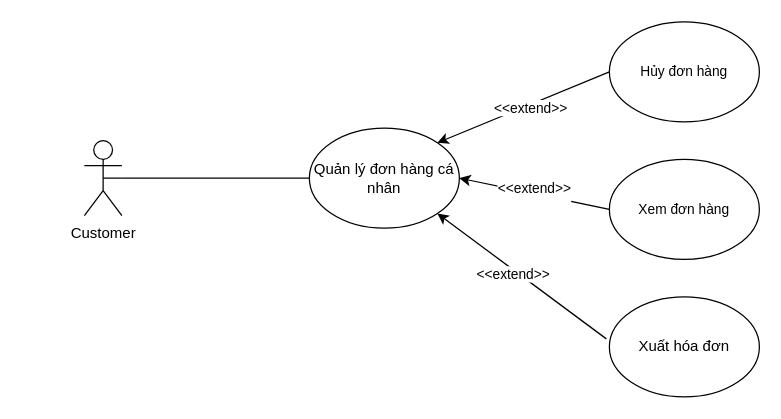
Before: page "Quản lý đơn hàng cá nhân" (10 of 18) of Usecase Diagram Bookstore.drawio in KaNguyen3005/Bookstore-System, a draw.io diagram. Source tidied: cells renumbered, new cells numbered last; positions are measured from the earlier drawing's top-left corner, leaving out a move shared by most shapes. Both pictures are drawn from the tidied source at 125%, with x=0, y=0 at pixel (21, 21).
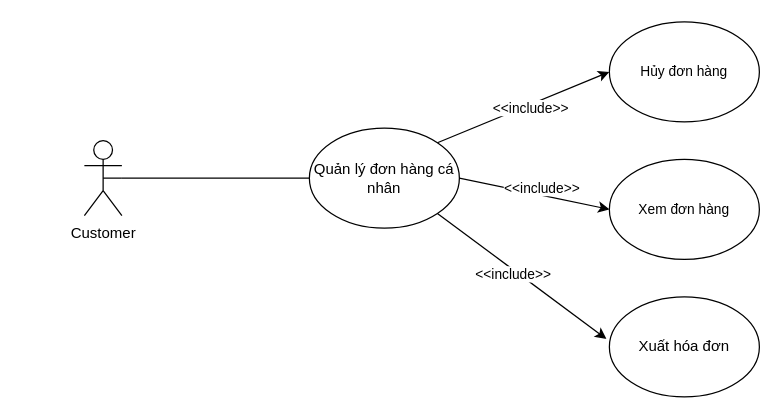
The same page after the edit.

The edit, as a diff of the source:
```diff
@@
 <mxGraphModel>
   <root>
     <mxCell id="0" />
     <mxCell id="1" parent="0" />
     <mxCell id="2" style="edgeStyle=none;shape=connector;rounded=0;jettySize=auto;html=1;strokeColor=default;align=center;verticalAlign=middle;fontFamily=Helvetica;fontSize=11;fontColor=default;labelBackgroundColor=default;endArrow=none;endFill=0;" parent="1" edge="1" source="3" target="4">
       <mxGeometry relative="1" as="geometry" />
     </mxCell>
     <mxCell id="3" value="Customer" style="shape=umlActor;verticalLabelPosition=bottom;verticalAlign=top;html=1;outlineConnect=0;" parent="1" vertex="1">
       <mxGeometry x="50" y="95" width="30" height="60" as="geometry" />
     </mxCell>
     <mxCell id="4" value="Quản lý đơn hàng cá nhân" style="ellipse;whiteSpace=wrap;html=1;" parent="1" vertex="1">
       <mxGeometry x="230" y="85" width="120" height="80" as="geometry" />
     </mxCell>
     <mxCell id="5" style="edgeStyle=none;shape=connector;rounded=0;orthogonalLoop=1;jettySize=auto;html=1;exitX=0.5;exitY=0.5;exitDx=0;exitDy=0;exitPerimeter=0;strokeColor=default;align=center;verticalAlign=middle;fontFamily=Helvetica;fontSize=11;fontColor=default;labelBackgroundColor=default;endArrow=none;endFill=0;" parent="1" edge="1" source="3" target="3">
       <mxGeometry relative="1" as="geometry" />
     </mxCell>
     <mxCell id="6" style="edgeStyle=none;shape=connector;rounded=0;orthogonalLoop=1;jettySize=auto;html=1;exitX=0;exitY=1;exitDx=0;exitDy=0;strokeColor=default;align=center;verticalAlign=middle;fontFamily=Helvetica;fontSize=11;fontColor=default;labelBackgroundColor=default;endArrow=none;endFill=0;" parent="1" edge="1" source="4" target="4">
       <mxGeometry relative="1" as="geometry" />
     </mxCell>
     <mxCell id="7" style="edgeStyle=none;shape=connector;rounded=0;orthogonalLoop=1;jettySize=auto;html=1;exitX=1;exitY=0.3333333333333333;exitDx=0;exitDy=0;exitPerimeter=0;strokeColor=default;align=center;verticalAlign=middle;fontFamily=Helvetica;fontSize=11;fontColor=default;labelBackgroundColor=default;endArrow=none;endFill=0;" parent="1" edge="1">
       <mxGeometry relative="1" as="geometry">
         <mxPoint y="25" as="sourcePoint" />
         <mxPoint y="25" as="targetPoint" />
       </mxGeometry>
     </mxCell>
     <mxCell id="8" value="Hủy đơn hàng" style="ellipse;whiteSpace=wrap;html=1;fontFamily=Helvetica;fontSize=11;fontColor=default;labelBackgroundColor=default;" parent="1" vertex="1">
       <mxGeometry x="470" width="120" height="80" as="geometry" />
     </mxCell>
     <mxCell id="9" value="Xem đơn hàng" style="ellipse;whiteSpace=wrap;html=1;fontFamily=Helvetica;fontSize=11;fontColor=default;labelBackgroundColor=default;" parent="1" vertex="1">
       <mxGeometry x="470" y="110" width="120" height="80" as="geometry" />
     </mxCell>
     <mxCell id="10" value="Xuất hóa đơn" style="ellipse;whiteSpace=wrap;html=1;" parent="1" vertex="1">
       <mxGeometry x="470" y="220" width="120" height="80" as="geometry" />
     </mxCell>
-    <mxCell id="11" style="endArrow=classic;html=1;rounded=0;exitX=0;exitY=0.5;exitDx=0;exitDy=0;entryX=1;entryY=0;entryDx=0;entryDy=0;" parent="1" edge="1" source="8" target="4">
+    <mxCell id="11" style="endArrow=none;html=1;rounded=0;exitX=0;exitY=0.5;exitDx=0;exitDy=0;entryX=1;entryY=0;entryDx=0;entryDy=0;startArrow=classic;startFill=1;endFill=0;" parent="1" edge="1" source="8" target="4">
       <mxGeometry relative="1" as="geometry" />
     </mxCell>
-    <mxCell id="12" value="&amp;lt;&amp;lt;extend&amp;gt;&amp;gt;" style="edgeLabel;html=1;align=center;verticalAlign=middle;" parent="11" vertex="1">
+    <mxCell id="12" value="&amp;lt;&amp;lt;include&amp;gt;&amp;gt;" style="edgeLabel;html=1;align=center;verticalAlign=middle;" parent="11" vertex="1">
       <mxGeometry x="-0.06" y="2" relative="1" as="geometry" />
     </mxCell>
-    <mxCell id="13" style="endArrow=classic;html=1;rounded=0;exitX=0;exitY=0.5;exitDx=0;exitDy=0;entryX=1;entryY=0.5;entryDx=0;entryDy=0;" parent="1" edge="1" source="9" target="4">
+    <mxCell id="13" style="endArrow=none;html=1;rounded=0;exitX=0;exitY=0.5;exitDx=0;exitDy=0;entryX=1;entryY=0.5;entryDx=0;entryDy=0;strokeColor=default;align=center;verticalAlign=middle;fontFamily=Helvetica;fontSize=11;fontColor=default;labelBackgroundColor=default;startArrow=classic;startFill=1;endFill=0;" parent="1" edge="1" source="9" target="4">
       <mxGeometry relative="1" as="geometry" />
     </mxCell>
-    <mxCell id="14" value="&amp;lt;&amp;lt;extend&amp;gt;&amp;gt;&lt;div&gt;&lt;br&gt;&lt;/div&gt;" style="edgeLabel;html=1;align=center;verticalAlign=middle;" parent="13" vertex="1">
-      <mxGeometry x="-0.01" y="2" relative="1" as="geometry" />
-    </mxCell>
+    <mxCell id="17" value="&amp;lt;&amp;lt;include&amp;gt;&amp;gt;" style="edgeLabel;html=1;align=center;verticalAlign=middle;fontFamily=Helvetica;fontSize=11;fontColor=default;labelBackgroundColor=default;rounded=0;strokeColor=default;" parent="13" vertex="1">
+      <mxGeometry x="-0.07" y="-6" relative="1" as="geometry" />
+    </mxCell>
-    <mxCell id="15" style="endArrow=classic;html=1;rounded=0;exitX=-0.02;exitY=0.42;exitDx=0;exitDy=0;entryX=1;entryY=1;entryDx=0;entryDy=0;exitPerimeter=0;" parent="1" edge="1" source="10" target="4">
+    <mxCell id="15" style="endArrow=none;html=1;rounded=0;exitX=-0.02;exitY=0.42;exitDx=0;exitDy=0;entryX=1;entryY=1;entryDx=0;entryDy=0;exitPerimeter=0;strokeColor=default;align=center;verticalAlign=middle;fontFamily=Helvetica;fontSize=11;fontColor=default;labelBackgroundColor=default;startArrow=classic;startFill=1;endFill=0;" parent="1" edge="1" source="10" target="4">
       <mxGeometry relative="1" as="geometry" />
     </mxCell>
-    <mxCell id="16" value="&amp;lt;&amp;lt;extend&amp;gt;&amp;gt;" style="edgeLabel;html=1;align=center;verticalAlign=middle;" parent="15" vertex="1">
+    <mxCell id="16" value="&amp;lt;&amp;lt;include&amp;gt;&amp;gt;" style="edgeLabel;html=1;align=center;verticalAlign=middle;rounded=0;strokeColor=default;fontFamily=Helvetica;fontSize=11;fontColor=default;labelBackgroundColor=default;" parent="15" vertex="1">
       <mxGeometry x="0.08" y="3" relative="1" as="geometry" />
     </mxCell>
   </root>
 </mxGraphModel>
```
